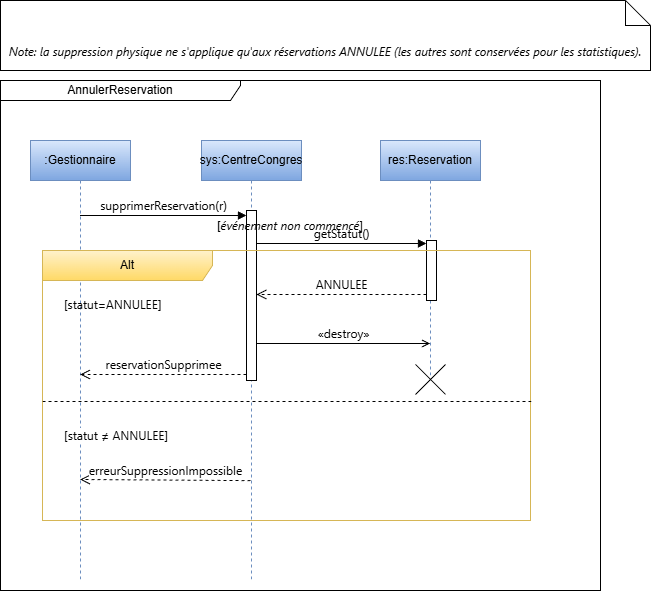
This is sequences-diagram/supprimerReservationSeq.png from annickFeutseu/gestion-centres-congres-bmo, a draw.io export, as it was before one commit. Source tidied: cells renumbered, new cells last; positions are measured from the earlier drawing's top-left corner, leaving out a move shared by most shapes.
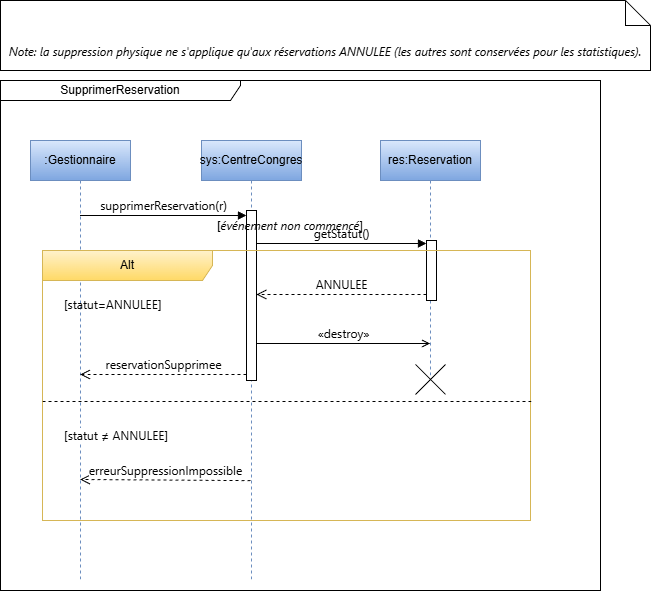
The same file after the commit.

The edit, as a diff of the source:
```diff
@@ -26,7 +26,7 @@
         <mxPoint x="426" y="243" as="targetPoint" />
       </mxGeometry>
     </mxCell>
-    <mxCell id="9" value="AnnulerReservation" style="shape=umlFrame;whiteSpace=wrap;html=1;width=240;height=20;" parent="1" vertex="1">
+    <mxCell id="9" value="SupprimerReservation" style="shape=umlFrame;whiteSpace=wrap;html=1;width=240;height=20;" parent="1" vertex="1">
       <mxGeometry y="80" width="600" height="510" as="geometry" />
     </mxCell>
     <mxCell id="10" value="Alt" style="shape=umlFrame;whiteSpace=wrap;html=1;width=170;fillColor=#fff2cc;strokeColor=#d6b656;gradientColor=#ffd966;" parent="1" vertex="1">
```
